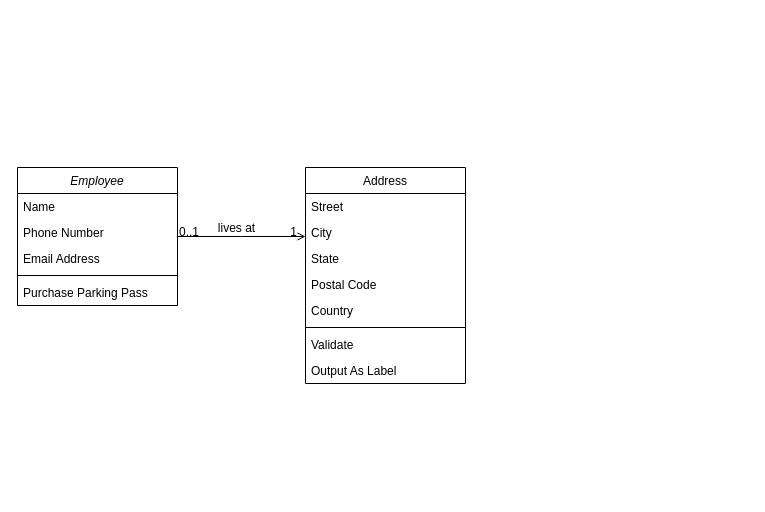
This is page "Klassendiagramm" (2 of 8) of Diagramme.drawio from starwit-trainings/timetrack, a draw.io file, before an edit. Source tidied: cells renumbered, new cells numbered last; positions are measured from the earlier drawing's top-left corner, leaving out a move shared by most shapes. Both pictures are drawn from the tidied source at 100%, with x=0, y=0 at pixel (17, 167).
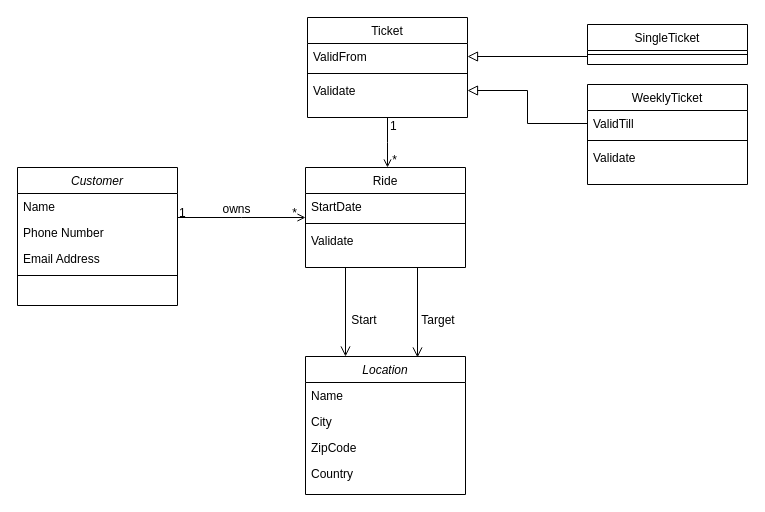
After the change.

Commit message:
add object diagram

Unchanged cells that the change refers to:
```xml
<mxCell id="17" style="endArrow=open;shadow=0;strokeWidth=1;rounded=0;endFill=1;edgeStyle=elbowEdgeStyle;elbow=vertical;" parent="1" edge="1" source="2" target="8">
  <mxGeometry x="0.5" y="41" relative="1" as="geometry">
    <mxPoint x="-40" y="32" as="offset" />
  </mxGeometry>
</mxCell>
```

Diff of the diagram source:
```diff
@@
-    <mxCell id="2" value="Employee" style="swimlane;fontStyle=2;align=center;verticalAlign=top;horizontal=1;startSize=26;rounded=0;shadow=0;strokeWidth=1;" parent="1" vertex="1">
+    <mxCell id="2" value="Customer" style="swimlane;fontStyle=2;align=center;verticalAlign=top;horizontal=1;startSize=26;rounded=0;shadow=0;strokeWidth=1;" parent="1" vertex="1">
       <mxGeometry width="160" height="138" as="geometry" />
     </mxCell>
@@
-    <mxCell id="7" value="Purchase Parking Pass" style="text;align=left;verticalAlign=top;spacingLeft=4;spacingRight=4;overflow=hidden;" parent="2" vertex="1">
-      <mxGeometry y="112" width="160" height="26" as="geometry" />
-    </mxCell>
-    <mxCell id="8" value="Address" style="swimlane;fontStyle=0;align=center;verticalAlign=top;horizontal=1;startSize=26;rounded=0;shadow=0;strokeWidth=1;" parent="1" vertex="1">
-      <mxGeometry x="288" width="160" height="216" as="geometry" />
+    <mxCell id="8" value="Ride" style="swimlane;fontStyle=0;align=center;verticalAlign=top;horizontal=1;startSize=26;rounded=0;shadow=0;strokeWidth=1;" parent="1" vertex="1">
+      <mxGeometry x="288" width="160" height="100" as="geometry" />
     </mxCell>
-    <mxCell id="9" value="Street" style="text;align=left;verticalAlign=top;spacingLeft=4;spacingRight=4;overflow=hidden;" parent="8" vertex="1">
+    <mxCell id="9" value="StartDate" style="text;align=left;verticalAlign=top;spacingLeft=4;spacingRight=4;overflow=hidden;" parent="8" vertex="1">
       <mxGeometry y="26" width="160" height="26" as="geometry" />
     </mxCell>
-    <mxCell id="10" value="City" style="text;align=left;verticalAlign=top;spacingLeft=4;spacingRight=4;overflow=hidden;rounded=0;shadow=0;html=0;" parent="8" vertex="1">
-      <mxGeometry y="52" width="160" height="26" as="geometry" />
-    </mxCell>
-    <mxCell id="11" value="State" style="text;align=left;verticalAlign=top;spacingLeft=4;spacingRight=4;overflow=hidden;rounded=0;shadow=0;html=0;" parent="8" vertex="1">
-      <mxGeometry y="78" width="160" height="26" as="geometry" />
-    </mxCell>
-    <mxCell id="12" value="Postal Code" style="text;align=left;verticalAlign=top;spacingLeft=4;spacingRight=4;overflow=hidden;rounded=0;shadow=0;html=0;" parent="8" vertex="1">
-      <mxGeometry y="104" width="160" height="26" as="geometry" />
-    </mxCell>
-    <mxCell id="13" value="Country" style="text;align=left;verticalAlign=top;spacingLeft=4;spacingRight=4;overflow=hidden;rounded=0;shadow=0;html=0;" parent="8" vertex="1">
-      <mxGeometry y="130" width="160" height="26" as="geometry" />
-    </mxCell>
     <mxCell id="14" style="line;html=1;strokeWidth=1;align=left;verticalAlign=middle;spacingTop=-1;spacingLeft=3;spacingRight=3;labelPosition=right;" parent="8" vertex="1">
-      <mxGeometry y="156" width="160" height="8" as="geometry" />
+      <mxGeometry y="52" width="160" height="8" as="geometry" />
     </mxCell>
     <mxCell id="15" value="Validate" style="text;align=left;verticalAlign=top;spacingLeft=4;spacingRight=4;overflow=hidden;" parent="8" vertex="1">
-      <mxGeometry y="164" width="160" height="26" as="geometry" />
+      <mxGeometry y="60" width="160" height="26" as="geometry" />
     </mxCell>
-    <mxCell id="16" value="Output As Label" style="text;align=left;verticalAlign=top;spacingLeft=4;spacingRight=4;overflow=hidden;" parent="8" vertex="1">
-      <mxGeometry y="190" width="160" height="26" as="geometry" />
-    </mxCell>
@@
-    <mxCell id="18" value="0..1" style="align=left;verticalAlign=bottom;labelBackgroundColor=none;fontSize=12;" parent="17" vertex="1">
+    <mxCell id="18" value="1" style="align=left;verticalAlign=bottom;labelBackgroundColor=none;fontSize=12;" parent="17" vertex="1">
       <mxGeometry x="-1" relative="1" as="geometry">
         <mxPoint y="4" as="offset" />
       </mxGeometry>
     </mxCell>
-    <mxCell id="19" value="1" style="align=right;verticalAlign=bottom;labelBackgroundColor=none;fontSize=12;" parent="17" vertex="1">
+    <mxCell id="19" value="*" style="align=right;verticalAlign=bottom;labelBackgroundColor=none;fontSize=12;" parent="17" vertex="1">
       <mxGeometry x="1" relative="1" as="geometry">
         <mxPoint x="-7" y="4" as="offset" />
       </mxGeometry>
     </mxCell>
-    <mxCell id="20" value="lives at" style="text;html=1;align=center;verticalAlign=middle;labelBackgroundColor=none;rounded=0;shadow=0;strokeWidth=1;fontSize=12;" parent="17" vertex="1">
+    <mxCell id="20" value="owns" style="text;html=1;align=center;verticalAlign=middle;labelBackgroundColor=none;rounded=0;shadow=0;strokeWidth=1;fontSize=12;" parent="17" vertex="1">
       <mxGeometry x="0.5" y="49" relative="1" as="geometry">
         <mxPoint x="-38" y="40" as="offset" />
       </mxGeometry>
     </mxCell>
+    <mxCell id="21" value="Location" style="swimlane;fontStyle=2;align=center;verticalAlign=top;horizontal=1;startSize=26;rounded=0;shadow=0;strokeWidth=1;" parent="1" vertex="1">
+      <mxGeometry x="288" y="189" width="160" height="138" as="geometry" />
+    </mxCell>
+    <mxCell id="22" value="Name" style="text;align=left;verticalAlign=top;spacingLeft=4;spacingRight=4;overflow=hidden;" parent="21" vertex="1">
+      <mxGeometry y="26" width="160" height="26" as="geometry" />
+    </mxCell>
+    <mxCell id="10" value="City" style="text;align=left;verticalAlign=top;spacingLeft=4;spacingRight=4;overflow=hidden;rounded=0;shadow=0;html=0;" parent="21" vertex="1">
+      <mxGeometry y="52" width="160" height="26" as="geometry" />
+    </mxCell>
+    <mxCell id="23" value="ZipCode" style="text;align=left;verticalAlign=top;spacingLeft=4;spacingRight=4;overflow=hidden;rounded=0;shadow=0;html=0;" parent="21" vertex="1">
+      <mxGeometry y="78" width="160" height="26" as="geometry" />
+    </mxCell>
+    <mxCell id="13" value="Country" style="text;align=left;verticalAlign=top;spacingLeft=4;spacingRight=4;overflow=hidden;rounded=0;shadow=0;html=0;" parent="21" vertex="1">
+      <mxGeometry y="104" width="160" height="26" as="geometry" />
+    </mxCell>
+    <mxCell id="24" style="line;html=1;strokeWidth=1;align=left;verticalAlign=middle;spacingTop=-1;spacingLeft=3;spacingRight=3;labelPosition=right;" parent="21" vertex="1">
+      <mxGeometry y="130" width="160" as="geometry" />
+    </mxCell>
+    <mxCell id="25" style="endArrow=open;startArrow=none;endFill=0;startFill=0;endSize=8;html=1;verticalAlign=bottom;labelBackgroundColor=none;strokeWidth=1;rounded=0;exitX=0.25;exitY=1;exitDx=0;exitDy=0;entryX=0.25;entryY=0;entryDx=0;entryDy=0;" parent="1" edge="1" source="8" target="21">
+      <mxGeometry relative="1" as="geometry" />
+    </mxCell>
+    <mxCell id="26" style="endArrow=open;startArrow=none;endFill=0;startFill=0;endSize=8;html=1;verticalAlign=bottom;labelBackgroundColor=none;strokeWidth=1;rounded=0;exitX=0.25;exitY=1;exitDx=0;exitDy=0;" parent="1" edge="1">
+      <mxGeometry relative="1" as="geometry">
+        <mxPoint x="400" y="100" as="sourcePoint" />
+        <mxPoint x="400" y="190" as="targetPoint" />
+      </mxGeometry>
+    </mxCell>
+    <mxCell id="27" value="Start" style="text;html=1;strokeColor=none;fillColor=none;align=center;verticalAlign=middle;whiteSpace=wrap;rounded=0;" parent="1" vertex="1">
+      <mxGeometry x="317" y="138" width="60" height="30" as="geometry" />
+    </mxCell>
+    <mxCell id="28" value="Target" style="text;html=1;strokeColor=none;fillColor=none;align=center;verticalAlign=middle;whiteSpace=wrap;rounded=0;" parent="1" vertex="1">
+      <mxGeometry x="391" y="138" width="60" height="30" as="geometry" />
+    </mxCell>
+    <mxCell id="29" value="Ticket" style="swimlane;fontStyle=0;align=center;verticalAlign=top;horizontal=1;startSize=26;rounded=0;shadow=0;strokeWidth=1;" parent="1" vertex="1">
+      <mxGeometry x="290" y="-150" width="160" height="100" as="geometry" />
+    </mxCell>
+    <mxCell id="30" value="ValidFrom" style="text;align=left;verticalAlign=top;spacingLeft=4;spacingRight=4;overflow=hidden;points=[[0,0.5],[1,0.5]];portConstraint=eastwest;" parent="29" vertex="1">
+      <mxGeometry y="26" width="160" height="26" as="geometry" />
+    </mxCell>
+    <mxCell id="31" style="line;html=1;strokeWidth=1;align=left;verticalAlign=middle;spacingTop=-1;spacingLeft=3;spacingRight=3;labelPosition=right;" parent="29" vertex="1">
+      <mxGeometry y="52" width="160" height="8" as="geometry" />
+    </mxCell>
+    <mxCell id="32" value="Validate" style="text;align=left;verticalAlign=top;spacingLeft=4;spacingRight=4;overflow=hidden;points=[[0,0.5],[1,0.5]];portConstraint=eastwest;" parent="29" vertex="1">
+      <mxGeometry y="60" width="160" height="26" as="geometry" />
+    </mxCell>
+    <mxCell id="33" value="SingleTicket" style="swimlane;fontStyle=0;align=center;verticalAlign=top;horizontal=1;startSize=26;rounded=0;shadow=0;strokeWidth=1;" parent="1" vertex="1">
+      <mxGeometry x="570" y="-143" width="160" height="40" as="geometry" />
+    </mxCell>
+    <mxCell id="34" style="line;html=1;strokeWidth=1;align=left;verticalAlign=middle;spacingTop=-1;spacingLeft=3;spacingRight=3;labelPosition=right;" parent="33" vertex="1">
+      <mxGeometry y="26" width="160" height="8" as="geometry" />
+    </mxCell>
+    <mxCell id="35" style="endArrow=block;html=1;rounded=0;align=center;verticalAlign=bottom;endFill=0;labelBackgroundColor=none;endSize=8;entryX=1;entryY=0.5;entryDx=0;entryDy=0;exitX=0;exitY=0.5;exitDx=0;exitDy=0;" parent="1" edge="1" target="30">
+      <mxGeometry x="-0.08" y="-9" relative="1" as="geometry">
+        <mxPoint x="570" y="-111" as="sourcePoint" />
+      </mxGeometry>
+    </mxCell>
+    <mxCell id="36" style="html=1;align=center;verticalAlign=top;labelBackgroundColor=none;" parent="35" vertex="1">
+      <mxGeometry relative="1" as="geometry" />
+    </mxCell>
+    <mxCell id="37" value="WeeklyTicket" style="swimlane;fontStyle=0;align=center;verticalAlign=top;horizontal=1;startSize=26;rounded=0;shadow=0;strokeWidth=1;" parent="1" vertex="1">
+      <mxGeometry x="570" y="-83" width="160" height="100" as="geometry" />
+    </mxCell>
+    <mxCell id="38" value="ValidTill" style="text;align=left;verticalAlign=top;spacingLeft=4;spacingRight=4;overflow=hidden;points=[[0,0.5],[1,0.5]];portConstraint=eastwest;" parent="37" vertex="1">
+      <mxGeometry y="26" width="160" height="26" as="geometry" />
+    </mxCell>
+    <mxCell id="39" style="line;html=1;strokeWidth=1;align=left;verticalAlign=middle;spacingTop=-1;spacingLeft=3;spacingRight=3;labelPosition=right;" parent="37" vertex="1">
+      <mxGeometry y="52" width="160" height="8" as="geometry" />
+    </mxCell>
+    <mxCell id="40" value="Validate" style="text;align=left;verticalAlign=top;spacingLeft=4;spacingRight=4;overflow=hidden;" parent="37" vertex="1">
+      <mxGeometry y="60" width="160" height="26" as="geometry" />
+    </mxCell>
+    <mxCell id="41" style="endArrow=block;html=1;rounded=0;align=center;verticalAlign=bottom;endFill=0;labelBackgroundColor=none;endSize=8;entryX=1;entryY=0.5;entryDx=0;entryDy=0;exitX=0;exitY=0.5;exitDx=0;exitDy=0;edgeStyle=orthogonalEdgeStyle;" parent="1" edge="1" source="38" target="32">
+      <mxGeometry x="-0.08" y="-9" relative="1" as="geometry" />
+    </mxCell>
+    <mxCell id="42" style="html=1;align=center;verticalAlign=top;labelBackgroundColor=none;" parent="41" vertex="1">
+      <mxGeometry relative="1" as="geometry" />
+    </mxCell>
+    <mxCell id="43" style="endArrow=open;shadow=0;strokeWidth=1;rounded=0;endFill=1;edgeStyle=elbowEdgeStyle;elbow=vertical;exitX=0.5;exitY=1;exitDx=0;exitDy=0;" parent="1" edge="1" source="29">
+      <mxGeometry x="0.5" y="41" relative="1" as="geometry">
+        <mxPoint x="370" as="targetPoint" />
+        <mxPoint x="-40" y="32" as="offset" />
+      </mxGeometry>
+    </mxCell>
+    <mxCell id="44" value="1" style="align=left;verticalAlign=bottom;labelBackgroundColor=none;fontSize=12;" parent="43" vertex="1">
+      <mxGeometry x="-1" relative="1" as="geometry">
+        <mxPoint x="1" y="17" as="offset" />
+      </mxGeometry>
+    </mxCell>
+    <mxCell id="45" value="*" style="align=right;verticalAlign=bottom;labelBackgroundColor=none;fontSize=12;" parent="43" vertex="1">
+      <mxGeometry x="1" relative="1" as="geometry">
+        <mxPoint x="11" y="1" as="offset" />
+      </mxGeometry>
+    </mxCell>
```
